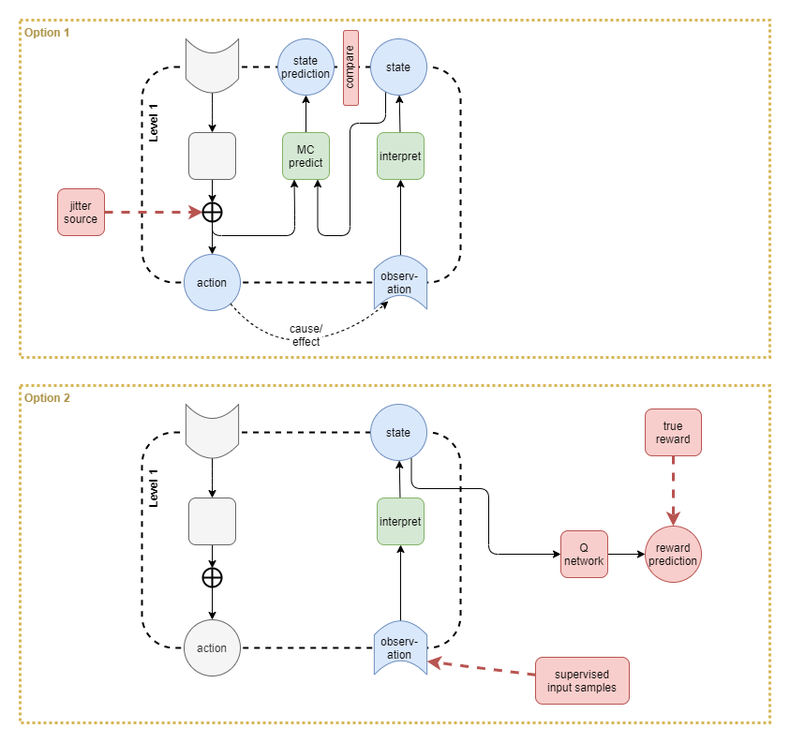
This is files/An-agi-architecture-v1-low-level-state-saliency.png from malcolmlett/malcolmlett.github.io, a draw.io export, as it was before one commit. Source tidied: cells renumbered, new cells last; positions are measured from the earlier drawing's top-left corner, leaving out a move shared by most shapes.
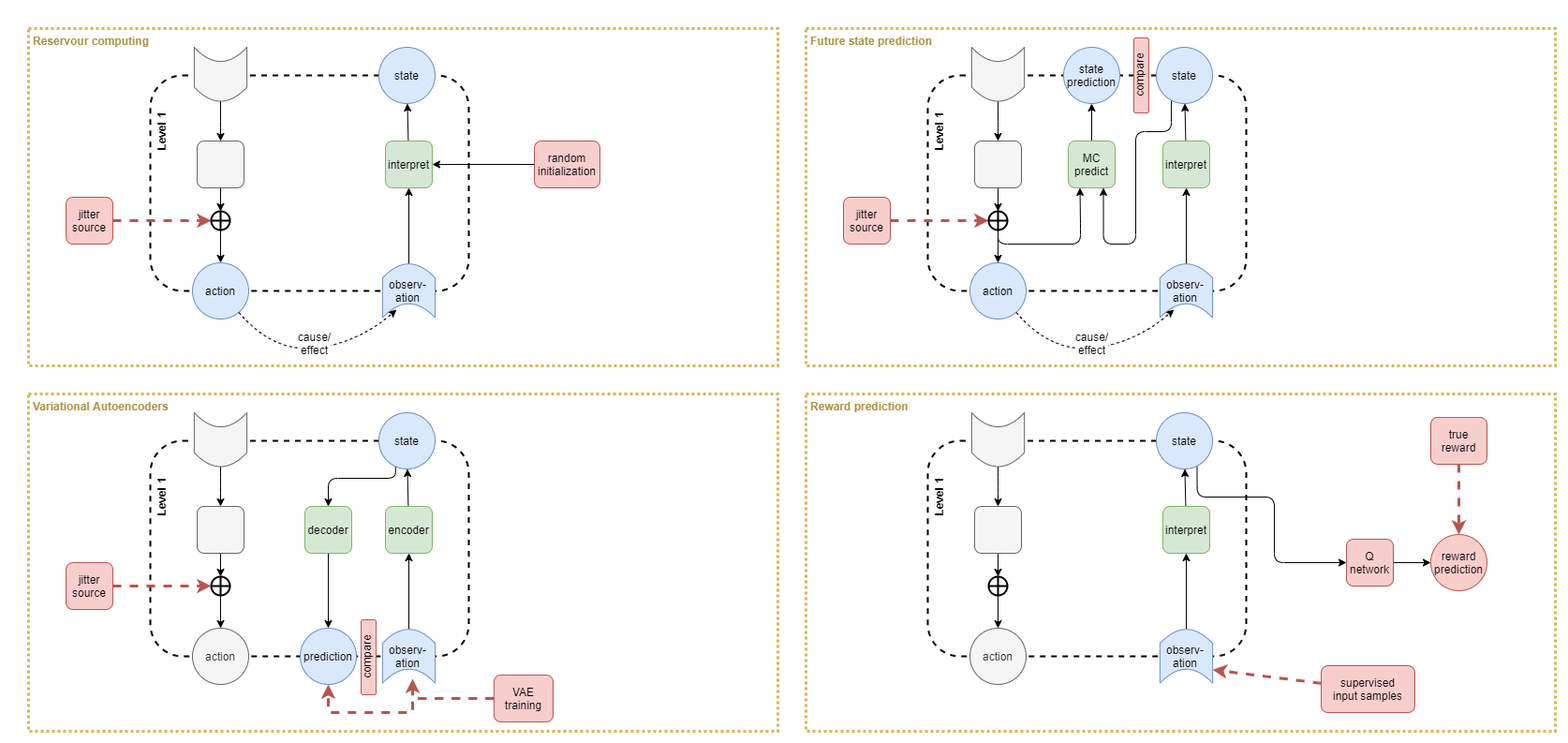
After the commit.

Commit message:
Low level state representation learning

Diff of the diagram source:
```diff
@@ -2,7 +2,13 @@
   <root>
     <mxCell id="0" />
     <mxCell id="1" parent="0" />
+    <mxCell id="52" style="rounded=1;whiteSpace=wrap;html=1;fillColor=none;dashed=1;strokeWidth=2;" parent="1" vertex="1">
+      <mxGeometry x="-700" y="440" width="340" height="230" as="geometry" />
+    </mxCell>
+    <mxCell id="53" value="Variational Autoencoders" style="rounded=0;whiteSpace=wrap;html=1;labelBackgroundColor=none;strokeColor=#d6b656;strokeWidth=3;fontSize=12;fontColor=#AD9346;align=left;dashed=1;dashPattern=1 1;fillColor=none;verticalAlign=top;fontStyle=1;spacing=2;spacingLeft=3;" parent="1" vertex="1">
+      <mxGeometry x="-830" y="390" width="800" height="360" as="geometry" />
+    </mxCell>
-    <mxCell id="2" value="Option 1" style="rounded=0;whiteSpace=wrap;html=1;labelBackgroundColor=none;strokeColor=#d6b656;strokeWidth=3;fontSize=12;fontColor=#AD9346;align=left;dashed=1;dashPattern=1 1;fillColor=none;verticalAlign=top;fontStyle=1;spacing=2;spacingLeft=3;" parent="1" vertex="1">
+    <mxCell id="2" value="Future state prediction" style="rounded=0;whiteSpace=wrap;html=1;labelBackgroundColor=none;strokeColor=#d6b656;strokeWidth=3;fontSize=12;fontColor=#AD9346;align=left;dashed=1;dashPattern=1 1;fillColor=none;verticalAlign=top;fontStyle=1;spacing=2;spacingLeft=3;" parent="1" vertex="1">
       <mxGeometry width="800" height="360" as="geometry" />
     </mxCell>
     <mxCell id="3" style="rounded=1;whiteSpace=wrap;html=1;fillColor=none;dashed=1;strokeWidth=2;" parent="1" vertex="1">
@@ -99,9 +105,9 @@
       <mxGeometry x="176.2" y="20.6" width="57.5" height="56.2" as="geometry" />
     </mxCell>
     <mxCell id="27" value="compare" style="rounded=1;whiteSpace=wrap;html=1;fillColor=#f8cecc;strokeColor=#b85450;horizontal=0;verticalAlign=bottom;" parent="1" vertex="1">
-      <mxGeometry x="345" y="11" width="16" height="80" as="geometry" />
+      <mxGeometry x="-475" y="631" width="16" height="80" as="geometry" />
     </mxCell>
-    <mxCell id="28" value="Option 2" style="rounded=0;whiteSpace=wrap;html=1;labelBackgroundColor=none;strokeColor=#d6b656;strokeWidth=3;fontSize=12;fontColor=#AD9346;align=left;dashed=1;dashPattern=1 1;fillColor=none;verticalAlign=top;fontStyle=1;spacing=2;spacingLeft=3;" parent="1" vertex="1">
+    <mxCell id="28" value="Reward prediction" style="rounded=0;whiteSpace=wrap;html=1;labelBackgroundColor=none;strokeColor=#d6b656;strokeWidth=3;fontSize=12;fontColor=#AD9346;align=left;dashed=1;dashPattern=1 1;fillColor=none;verticalAlign=top;fontStyle=1;spacing=2;spacingLeft=3;" parent="1" vertex="1">
       <mxGeometry y="390" width="800" height="360" as="geometry" />
     </mxCell>
     <mxCell id="29" style="rounded=1;whiteSpace=wrap;html=1;fillColor=none;dashed=1;strokeWidth=2;" parent="1" vertex="1">
@@ -179,5 +185,168 @@
     <mxCell id="51" value="supervised&lt;br&gt;input samples" style="rounded=1;whiteSpace=wrap;html=1;fillColor=#f8cecc;strokeColor=#b85450;" parent="1" vertex="1">
       <mxGeometry x="550" y="680" width="100" height="50" as="geometry" />
     </mxCell>
+    <mxCell id="54" value="Reservour computing" style="rounded=0;whiteSpace=wrap;html=1;labelBackgroundColor=none;strokeColor=#d6b656;strokeWidth=3;fontSize=12;fontColor=#AD9346;align=left;dashed=1;dashPattern=1 1;fillColor=none;verticalAlign=top;fontStyle=1;spacing=2;spacingLeft=3;" parent="1" vertex="1">
+      <mxGeometry x="-830" width="800" height="360" as="geometry" />
+    </mxCell>
+    <mxCell id="55" style="rounded=1;whiteSpace=wrap;html=1;fillColor=none;dashed=1;strokeWidth=2;" parent="1" vertex="1">
+      <mxGeometry x="-700" y="50" width="340" height="230" as="geometry" />
+    </mxCell>
+    <mxCell id="56" value="action" style="ellipse;whiteSpace=wrap;html=1;rounded=1;strokeWidth=1;fillColor=#dae8fc;strokeColor=#6c8ebf;" parent="1" vertex="1">
+      <mxGeometry x="-655" y="250" width="60" height="60" as="geometry" />
+    </mxCell>
+    <mxCell id="57" value="state" style="ellipse;whiteSpace=wrap;html=1;rounded=1;strokeWidth=1;fillColor=#dae8fc;strokeColor=#6c8ebf;" parent="1" vertex="1">
+      <mxGeometry x="-456" y="20" width="60" height="60" as="geometry" />
+    </mxCell>
+    <mxCell id="58" style="edgeStyle=none;rounded=0;jettySize=auto;html=1;" parent="1" edge="1" source="65" target="56">
+      <mxGeometry x="-0.14" relative="1" as="geometry" />
+    </mxCell>
+    <mxCell id="59" style="edgeStyle=none;rounded=0;jettySize=auto;html=1;dashed=1;strokeWidth=3;fillColor=#f8cecc;strokeColor=#b85450;entryX=0;entryY=0.5;entryDx=0;entryDy=0;" parent="1" edge="1" source="60" target="65">
+      <mxGeometry relative="1" as="geometry" />
+    </mxCell>
+    <mxCell id="60" value="jitter&lt;br&gt;source" style="rounded=1;whiteSpace=wrap;html=1;fillColor=#f8cecc;strokeColor=#b85450;" parent="1" vertex="1">
+      <mxGeometry x="-790" y="180" width="50" height="50" as="geometry" />
+    </mxCell>
+    <mxCell id="61" style="edgeStyle=none;rounded=0;jettySize=auto;html=1;" parent="1" edge="1" source="62" target="57">
+      <mxGeometry relative="1" as="geometry" />
+    </mxCell>
+    <mxCell id="62" value="interpret" style="rounded=1;whiteSpace=wrap;html=1;fillColor=#d5e8d4;strokeColor=#82b366;" parent="1" vertex="1">
+      <mxGeometry x="-449" y="120" width="50" height="50" as="geometry" />
+    </mxCell>
+    <mxCell id="63" style="edgeStyle=none;rounded=0;jettySize=auto;html=1;" parent="1" edge="1" source="68" target="62">
+      <mxGeometry relative="1" as="geometry" />
+    </mxCell>
+    <mxCell id="64" value="Level 1" style="text;html=1;strokeColor=none;fillColor=none;align=center;verticalAlign=middle;whiteSpace=wrap;rounded=0;sketch=1;rotation=-90;fontStyle=1;" parent="1" vertex="1">
+      <mxGeometry x="-723.1" y="100" width="70" height="20" as="geometry" />
+    </mxCell>
+    <mxCell id="65" style="shape=orEllipse;perimeter=ellipsePerimeter;whiteSpace=wrap;html=1;backgroundOutline=1;rounded=0;labelBackgroundColor=none;sketch=0;strokeColor=#000000;strokeWidth=2;fillColor=none;gradientColor=none;fontSize=12;fontColor=#000000;align=center;" parent="1" vertex="1">
+      <mxGeometry x="-635" y="195" width="20" height="20" as="geometry" />
+    </mxCell>
+    <mxCell id="66" style="endArrow=classic;dashed=1;html=1;curved=1;endFill=1;entryX=0.25;entryY=1;entryDx=0;entryDy=0;" parent="1" edge="1" source="56" target="69">
+      <mxGeometry relative="1" as="geometry">
+        <Array as="points">
+          <mxPoint x="-568.8" y="345.9" />
+          <mxPoint x="-478.8" y="335.9" />
+        </Array>
+      </mxGeometry>
+    </mxCell>
+    <mxCell id="67" value="cause/&lt;br style=&quot;font-size: 12px;&quot;&gt;effect" style="edgeLabel;html=1;align=center;verticalAlign=middle;fontSize=12;" parent="66" vertex="1">
+      <mxGeometry x="-0.41" y="13" relative="1" as="geometry">
+        <mxPoint x="41.3" y="2.9" as="offset" />
+      </mxGeometry>
+    </mxCell>
+    <mxCell id="68" style="shape=dataStorage;whiteSpace=wrap;html=1;fixedSize=1;rounded=1;strokeWidth=1;fillColor=#dae8fc;strokeColor=#6c8ebf;rotation=90;size=15;horizontal=1;" parent="1" vertex="1">
+      <mxGeometry x="-452.8" y="251.9" width="57.5" height="56.2" as="geometry" />
+    </mxCell>
+    <mxCell id="69" value="observ-&lt;br&gt;ation" style="text;html=1;strokeColor=none;fillColor=none;align=center;verticalAlign=middle;whiteSpace=wrap;rounded=0;sketch=1;rotation=0;" parent="1" vertex="1">
+      <mxGeometry x="-449.6" y="260" width="50" height="40" as="geometry" />
+    </mxCell>
+    <mxCell id="70" style="edgeStyle=orthogonalEdgeStyle;rounded=1;jettySize=auto;html=1;entryX=0.5;entryY=0;entryDx=0;entryDy=0;endArrow=classic;endFill=1;strokeWidth=1;fontSize=12;fontColor=#000000;" parent="1" edge="1" source="71" target="65">
+      <mxGeometry relative="1" as="geometry" />
+    </mxCell>
+    <mxCell id="71" style="rounded=1;whiteSpace=wrap;html=1;fillColor=#f5f5f5;strokeColor=#666666;fontColor=#333333;" parent="1" vertex="1">
+      <mxGeometry x="-650" y="120" width="50" height="50" as="geometry" />
+    </mxCell>
+    <mxCell id="72" style="edgeStyle=orthogonalEdgeStyle;rounded=1;jettySize=auto;html=1;endArrow=classic;endFill=1;strokeWidth=1;fontSize=12;fontColor=#000000;" parent="1" edge="1" source="73" target="71">
+      <mxGeometry relative="1" as="geometry" />
+    </mxCell>
+    <mxCell id="73" style="shape=dataStorage;whiteSpace=wrap;html=1;fixedSize=1;rounded=1;strokeWidth=1;fillColor=#f5f5f5;strokeColor=#666666;rotation=-90;size=15;horizontal=1;fontColor=#333333;" parent="1" vertex="1">
+      <mxGeometry x="-653.8" y="20.6" width="57.5" height="56.2" as="geometry" />
+    </mxCell>
+    <mxCell id="74" value="action" style="ellipse;whiteSpace=wrap;html=1;rounded=1;strokeWidth=1;fillColor=#f5f5f5;strokeColor=#666666;fontColor=#333333;" parent="1" vertex="1">
+      <mxGeometry x="-655" y="640" width="60" height="60" as="geometry" />
+    </mxCell>
+    <mxCell id="75" style="edgeStyle=orthogonalEdgeStyle;rounded=1;jettySize=auto;html=1;entryX=0.5;entryY=0;entryDx=0;entryDy=0;fontSize=12;strokeWidth=1;endFill=1;exitX=0.296;exitY=0.953;exitDx=0;exitDy=0;exitPerimeter=0;" parent="1" edge="1" source="76" target="92">
+      <mxGeometry relative="1" as="geometry">
+        <Array as="points">
+          <mxPoint x="-438" y="480" />
+          <mxPoint x="-510" y="480" />
+        </Array>
+      </mxGeometry>
+    </mxCell>
+    <mxCell id="76" value="state" style="ellipse;whiteSpace=wrap;html=1;rounded=1;strokeWidth=1;fillColor=#dae8fc;strokeColor=#6c8ebf;" parent="1" vertex="1">
+      <mxGeometry x="-456" y="410" width="60" height="60" as="geometry" />
+    </mxCell>
+    <mxCell id="77" style="edgeStyle=none;rounded=0;jettySize=auto;html=1;" parent="1" edge="1" source="82" target="74">
+      <mxGeometry x="-0.14" relative="1" as="geometry" />
+    </mxCell>
+    <mxCell id="78" style="edgeStyle=none;rounded=0;jettySize=auto;html=1;" parent="1" edge="1" source="79" target="76">
+      <mxGeometry relative="1" as="geometry" />
+    </mxCell>
+    <mxCell id="79" value="encoder" style="rounded=1;whiteSpace=wrap;html=1;fillColor=#d5e8d4;strokeColor=#82b366;" parent="1" vertex="1">
+      <mxGeometry x="-449" y="510" width="50" height="50" as="geometry" />
+    </mxCell>
+    <mxCell id="80" style="edgeStyle=none;rounded=0;jettySize=auto;html=1;" parent="1" edge="1" source="83" target="79">
+      <mxGeometry relative="1" as="geometry" />
+    </mxCell>
+    <mxCell id="81" value="Level 1" style="text;html=1;strokeColor=none;fillColor=none;align=center;verticalAlign=middle;whiteSpace=wrap;rounded=0;sketch=1;rotation=-90;fontStyle=1;" parent="1" vertex="1">
+      <mxGeometry x="-723.1" y="490" width="70" height="20" as="geometry" />
+    </mxCell>
+    <mxCell id="82" style="shape=orEllipse;perimeter=ellipsePerimeter;whiteSpace=wrap;html=1;backgroundOutline=1;rounded=0;labelBackgroundColor=none;sketch=0;strokeColor=#000000;strokeWidth=2;fillColor=none;gradientColor=none;fontSize=12;fontColor=#000000;align=center;" parent="1" vertex="1">
+      <mxGeometry x="-635" y="585" width="20" height="20" as="geometry" />
+    </mxCell>
+    <mxCell id="83" style="shape=dataStorage;whiteSpace=wrap;html=1;fixedSize=1;rounded=1;strokeWidth=1;fillColor=#dae8fc;strokeColor=#6c8ebf;rotation=90;size=15;horizontal=1;" parent="1" vertex="1">
+      <mxGeometry x="-452.8" y="641.9" width="57.5" height="56.2" as="geometry" />
+    </mxCell>
+    <mxCell id="84" value="observ-&lt;br&gt;ation" style="text;html=1;strokeColor=none;fillColor=none;align=center;verticalAlign=middle;whiteSpace=wrap;rounded=0;sketch=1;rotation=0;" parent="1" vertex="1">
+      <mxGeometry x="-449.6" y="650" width="50" height="40" as="geometry" />
+    </mxCell>
+    <mxCell id="85" style="edgeStyle=orthogonalEdgeStyle;rounded=1;jettySize=auto;html=1;entryX=0.5;entryY=0;entryDx=0;entryDy=0;endArrow=classic;endFill=1;strokeWidth=1;fontSize=12;fontColor=#000000;" parent="1" edge="1" source="86" target="82">
+      <mxGeometry relative="1" as="geometry" />
+    </mxCell>
+    <mxCell id="86" style="rounded=1;whiteSpace=wrap;html=1;fillColor=#f5f5f5;strokeColor=#666666;fontColor=#333333;" parent="1" vertex="1">
+      <mxGeometry x="-650" y="510" width="50" height="50" as="geometry" />
+    </mxCell>
+    <mxCell id="87" style="edgeStyle=orthogonalEdgeStyle;rounded=1;jettySize=auto;html=1;endArrow=classic;endFill=1;strokeWidth=1;fontSize=12;fontColor=#000000;" parent="1" edge="1" source="88" target="86">
+      <mxGeometry relative="1" as="geometry" />
+    </mxCell>
+    <mxCell id="88" style="shape=dataStorage;whiteSpace=wrap;html=1;fixedSize=1;rounded=1;strokeWidth=1;fillColor=#f5f5f5;strokeColor=#666666;rotation=-90;size=15;horizontal=1;fontColor=#333333;" parent="1" vertex="1">
+      <mxGeometry x="-653.8" y="410.6" width="57.5" height="56.2" as="geometry" />
+    </mxCell>
+    <mxCell id="89" style="edgeStyle=none;rounded=0;jettySize=auto;html=1;" parent="1" edge="1" source="90" target="62">
+      <mxGeometry relative="1" as="geometry" />
+    </mxCell>
+    <mxCell id="90" value="random&lt;br&gt;initialization" style="rounded=1;whiteSpace=wrap;html=1;fillColor=#f8cecc;strokeColor=#b85450;" parent="1" vertex="1">
+      <mxGeometry x="-290" y="120" width="70" height="50" as="geometry" />
+    </mxCell>
+    <mxCell id="91" style="edgeStyle=none;rounded=0;jettySize=auto;html=1;entryX=0.5;entryY=0;entryDx=0;entryDy=0;" parent="1" edge="1" source="92" target="93">
+      <mxGeometry relative="1" as="geometry" />
+    </mxCell>
+    <mxCell id="92" value="decoder" style="rounded=1;whiteSpace=wrap;html=1;fillColor=#d5e8d4;strokeColor=#82b366;" parent="1" vertex="1">
+      <mxGeometry x="-535" y="510" width="50" height="50" as="geometry" />
+    </mxCell>
+    <mxCell id="93" value="prediction" style="ellipse;whiteSpace=wrap;html=1;rounded=1;strokeWidth=1;fillColor=#dae8fc;strokeColor=#6c8ebf;" parent="1" vertex="1">
+      <mxGeometry x="-540" y="640" width="60" height="60" as="geometry" />
+    </mxCell>
+    <mxCell id="94" value="compare" style="rounded=1;whiteSpace=wrap;html=1;fillColor=#f8cecc;strokeColor=#b85450;horizontal=0;verticalAlign=bottom;" parent="1" vertex="1">
+      <mxGeometry x="350" y="10" width="16" height="80" as="geometry" />
+    </mxCell>
+    <mxCell id="95" style="edgeStyle=none;rounded=0;jettySize=auto;html=1;dashed=1;strokeWidth=3;fillColor=#f8cecc;strokeColor=#b85450;entryX=0;entryY=0.5;entryDx=0;entryDy=0;" parent="1" edge="1" source="96">
+      <mxGeometry relative="1" as="geometry">
+        <mxPoint x="-635" y="595" as="targetPoint" />
+      </mxGeometry>
+    </mxCell>
+    <mxCell id="96" value="jitter&lt;br&gt;source" style="rounded=1;whiteSpace=wrap;html=1;fillColor=#f8cecc;strokeColor=#b85450;" parent="1" vertex="1">
+      <mxGeometry x="-790" y="570" width="50" height="50" as="geometry" />
+    </mxCell>
+    <mxCell id="97" style="edgeStyle=orthogonalEdgeStyle;rounded=0;jettySize=auto;html=1;entryX=0.5;entryY=1;entryDx=0;entryDy=0;dashed=1;strokeColor=#b85450;strokeWidth=3;fillColor=#f8cecc;" parent="1" edge="1" source="98" target="93">
+      <mxGeometry relative="1" as="geometry">
+        <Array as="points">
+          <mxPoint x="-420" y="715" />
+          <mxPoint x="-420" y="730" />
+          <mxPoint x="-510" y="730" />
+        </Array>
+      </mxGeometry>
+    </mxCell>
+    <mxCell id="98" value="VAE training" style="rounded=1;whiteSpace=wrap;html=1;fillColor=#f8cecc;strokeColor=#b85450;" parent="1" vertex="1">
+      <mxGeometry x="-333.1" y="690" width="63.1" height="50" as="geometry" />
+    </mxCell>
+    <mxCell id="99" style="rounded=0;jettySize=auto;html=1;endArrow=classic;strokeWidth=3;fontSize=11;fontColor=#000000;dashed=1;strokeColor=#b85450;fillColor=#f8cecc;edgeStyle=orthogonalEdgeStyle;" parent="1" edge="1" source="98">
+      <mxGeometry relative="1" as="geometry">
+        <mxPoint x="-420" y="694" as="targetPoint" />
+        <Array as="points">
+          <mxPoint x="-420" y="715" />
+        </Array>
+      </mxGeometry>
+    </mxCell>
   </root>
 </mxGraphModel>
```
